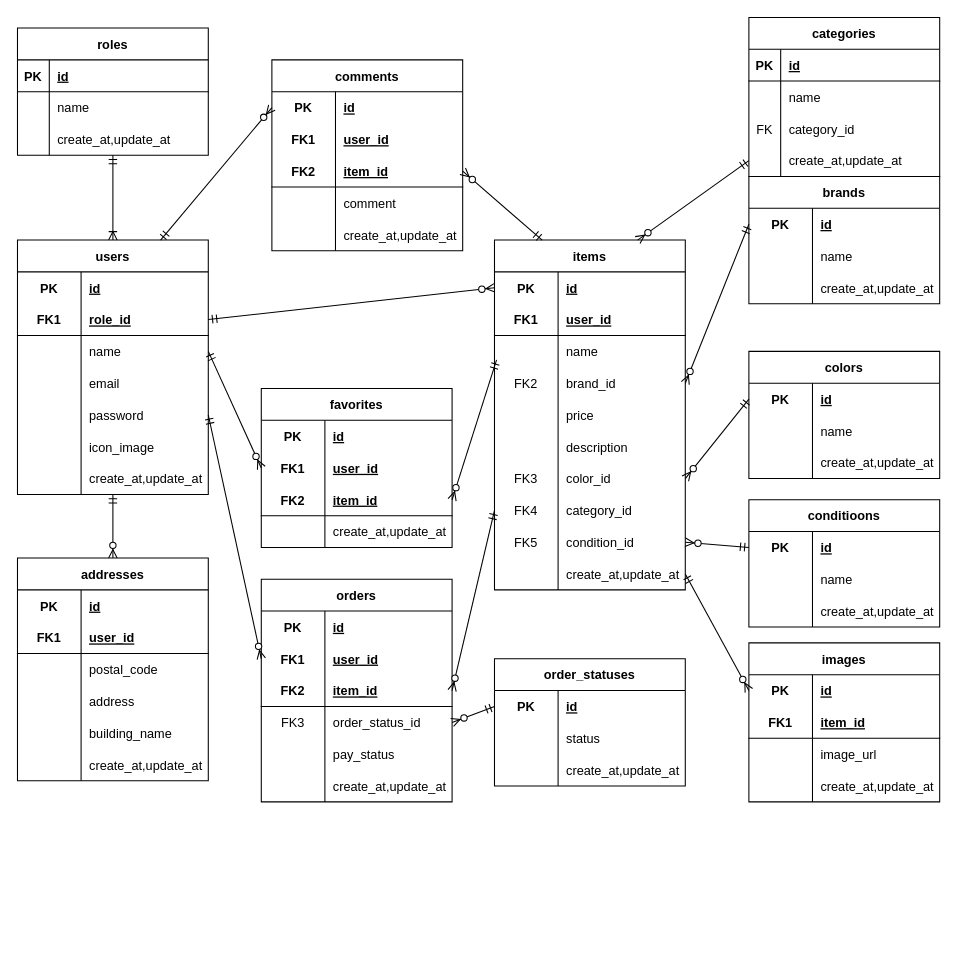
Above: er.drawio in fujico23/coachtech-flea-market-app (draw.io), before the change. Source tidied: cells renumbered, new cells numbered last; positions are measured from the earlier drawing's top-left corner, leaving out a move shared by most shapes. Both pictures are drawn from the tidied source at 106%, with x=0, y=0 at pixel (17, 17).
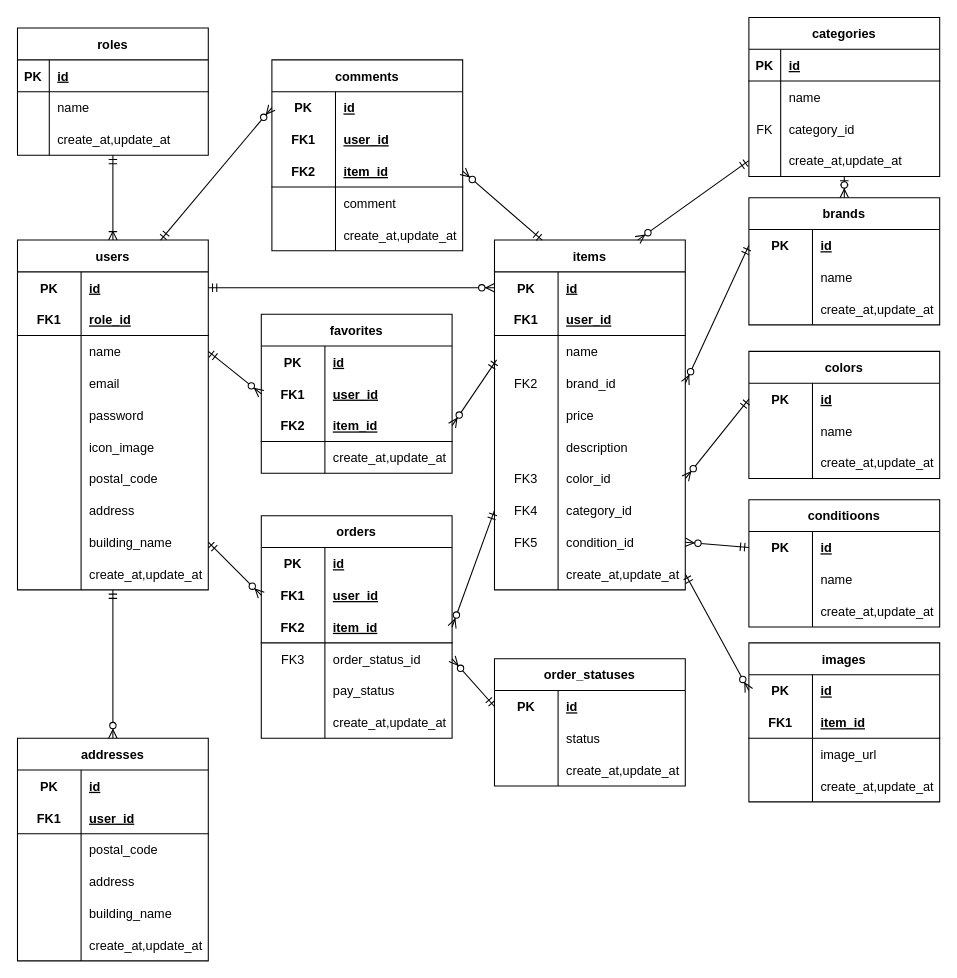
Above is the later version.

Unchanged cells that the change refers to:
```xml
<mxCell id="3" style="shape=tableRow;horizontal=0;startSize=0;swimlaneHead=0;swimlaneBody=0;fillColor=none;points=[[0,0.5],[1,0.5]];portConstraint=eastwest;top=0;left=0;right=0;bottom=0;" parent="2" vertex="1">
  <mxGeometry y="30" width="180" height="30" as="geometry" />
</mxCell>
<mxCell id="6" style="shape=tableRow;horizontal=0;startSize=0;swimlaneHead=0;swimlaneBody=0;fillColor=none;points=[[0,0.5],[1,0.5]];portConstraint=eastwest;top=0;left=0;right=0;bottom=1;" parent="2" vertex="1">
  <mxGeometry y="60" width="180" height="30" as="geometry" />
</mxCell>
<mxCell id="15" style="shape=tableRow;horizontal=0;startSize=0;swimlaneHead=0;swimlaneBody=0;fillColor=none;points=[[0,0.5],[1,0.5]];portConstraint=eastwest;top=0;left=0;right=0;bottom=0;" parent="2" vertex="1">
  <mxGeometry y="150" width="180" height="30" as="geometry" />
</mxCell>
<mxCell id="54" style="shape=tableRow;horizontal=0;startSize=0;swimlaneHead=0;swimlaneBody=0;fillColor=none;points=[[0,0.5],[1,0.5]];portConstraint=eastwest;top=0;left=0;right=0;bottom=0;" parent="53" vertex="1">
  <mxGeometry y="30" width="180" height="30" as="geometry" />
</mxCell>
<mxCell id="160" style="shape=tableRow;horizontal=0;startSize=0;swimlaneHead=0;swimlaneBody=0;fillColor=none;points=[[0,0.5],[1,0.5]];portConstraint=eastwest;top=0;left=0;right=0;bottom=0;" parent="156" vertex="1">
  <mxGeometry y="60" width="180" height="30" as="geometry" />
</mxCell>
```

The edit, as a diff of the source:
```diff
@@
     <mxCell id="2" value="users" style="shape=table;startSize=30;childLayout=tableLayout;rowLines=0;fontStyle=1;align=center;" parent="1" vertex="1">
-      <mxGeometry y="210" width="180" height="240" as="geometry" />
+      <mxGeometry y="210" width="180" height="330" as="geometry" />
     </mxCell>
@@
+    <mxCell id="214" style="shape=tableRow;horizontal=0;startSize=0;swimlaneHead=0;swimlaneBody=0;fillColor=none;top=0;left=0;right=0;bottom=0;" parent="2" vertex="1">
+      <mxGeometry y="210" width="180" height="30" as="geometry" />
+    </mxCell>
+    <mxCell id="215" style="shape=partialRectangle;fillColor=none;top=0;left=0;bottom=0;right=0;overflow=hidden;" parent="214" vertex="1">
+      <mxGeometry width="60" height="30" as="geometry" />
+    </mxCell>
+    <mxCell id="216" value="postal_code" style="shape=partialRectangle;fillColor=none;top=0;left=0;bottom=0;right=0;align=left;spacingLeft=6;overflow=hidden;" parent="214" vertex="1">
+      <mxGeometry x="60" width="120" height="30" as="geometry" />
+    </mxCell>
+    <mxCell id="217" style="shape=tableRow;horizontal=0;startSize=0;swimlaneHead=0;swimlaneBody=0;fillColor=none;top=0;left=0;right=0;bottom=0;" parent="2" vertex="1">
+      <mxGeometry y="240" width="180" height="30" as="geometry" />
+    </mxCell>
+    <mxCell id="218" style="shape=partialRectangle;fillColor=none;top=0;left=0;bottom=0;right=0;overflow=hidden;" parent="217" vertex="1">
+      <mxGeometry width="60" height="30" as="geometry" />
+    </mxCell>
+    <mxCell id="219" value="address" style="shape=partialRectangle;fillColor=none;top=0;left=0;bottom=0;right=0;align=left;spacingLeft=6;overflow=hidden;" parent="217" vertex="1">
+      <mxGeometry x="60" width="120" height="30" as="geometry" />
+    </mxCell>
+    <mxCell id="220" style="shape=tableRow;horizontal=0;startSize=0;swimlaneHead=0;swimlaneBody=0;fillColor=none;points=[[0,0.5],[1,0.5]];portConstraint=eastwest;top=0;left=0;right=0;bottom=0;" parent="2" vertex="1">
+      <mxGeometry y="270" width="180" height="30" as="geometry" />
+    </mxCell>
+    <mxCell id="221" style="shape=partialRectangle;fillColor=none;top=0;left=0;bottom=0;right=0;overflow=hidden;" parent="220" vertex="1">
+      <mxGeometry width="60" height="30" as="geometry" />
+    </mxCell>
+    <mxCell id="222" value="building_name" style="shape=partialRectangle;fillColor=none;top=0;left=0;bottom=0;right=0;align=left;spacingLeft=6;overflow=hidden;" parent="220" vertex="1">
+      <mxGeometry x="60" width="120" height="30" as="geometry" />
+    </mxCell>
     <mxCell id="21" style="shape=tableRow;horizontal=0;startSize=0;swimlaneHead=0;swimlaneBody=0;fillColor=none;top=0;left=0;right=0;bottom=0;" parent="2" vertex="1">
-      <mxGeometry y="210" width="180" height="30" as="geometry" />
+      <mxGeometry y="300" width="180" height="30" as="geometry" />
     </mxCell>
@@
     <mxCell id="34" value="addresses" style="shape=table;startSize=30;childLayout=tableLayout;rowLines=0;fontStyle=1;align=center;" parent="1" vertex="1">
-      <mxGeometry y="510" width="180" height="210" as="geometry" />
+      <mxGeometry y="680" width="180" height="210" as="geometry" />
     </mxCell>
@@
     <mxCell id="84" value="brands" style="shape=table;startSize=30;childLayout=tableLayout;rowLines=0;fontStyle=1;align=center;" parent="1" vertex="1">
-      <mxGeometry x="690" y="150" width="180" height="120" as="geometry" />
+      <mxGeometry x="690" y="170" width="180" height="120" as="geometry" />
     </mxCell>
@@
     <mxCell id="143" value="favorites" style="shape=table;startSize=30;childLayout=tableLayout;rowLines=0;fontStyle=1;align=center;" parent="1" vertex="1">
-      <mxGeometry x="230" y="350" width="180" height="150" as="geometry" />
+      <mxGeometry x="230" y="280" width="180" height="150" as="geometry" />
     </mxCell>
@@
     <mxCell id="156" value="orders" style="shape=table;startSize=30;childLayout=tableLayout;rowLines=0;fontStyle=1;align=center;" parent="1" vertex="1">
-      <mxGeometry x="230" y="530" width="180" height="210" as="geometry" />
+      <mxGeometry x="230" y="470" width="180" height="210" as="geometry" />
     </mxCell>
@@
     <mxCell id="186" style="fontSize=12;html=1;endArrow=ERzeroToMany;startArrow=ERmandOne;rounded=1;sketch=0;strokeColor=default;entryX=0.5;entryY=0;entryDx=0;entryDy=0;" parent="1" edge="1" target="34">
       <mxGeometry relative="1" as="geometry">
-        <mxPoint x="90" y="450" as="sourcePoint" />
+        <mxPoint x="90" y="540" as="sourcePoint" />
       </mxGeometry>
     </mxCell>
@@
-    <mxCell id="207" style="fontSize=12;html=1;endArrow=ERzeroToMany;startArrow=ERmandOne;rounded=1;sketch=0;strokeColor=default;entryX=0;entryY=0.5;entryDx=0;entryDy=0;exitX=1;exitY=0.5;exitDx=0;exitDy=0;" parent="1" edge="1" source="6" target="54">
+    <mxCell id="207" style="fontSize=12;html=1;endArrow=ERzeroToMany;startArrow=ERmandOne;rounded=1;sketch=0;strokeColor=default;entryX=0;entryY=0.5;entryDx=0;entryDy=0;exitX=1;exitY=0.5;exitDx=0;exitDy=0;" parent="1" edge="1" source="3" target="54">
       <mxGeometry relative="1" as="geometry" />
     </mxCell>
@@
-    <mxCell id="209" style="fontSize=12;html=1;endArrow=ERzeroToMany;startArrow=ERmandOne;rounded=1;sketch=0;strokeColor=default;entryX=0;entryY=0.5;entryDx=0;entryDy=0;exitX=1;exitY=0.5;exitDx=0;exitDy=0;" parent="1" edge="1" source="15" target="160">
+    <mxCell id="209" style="fontSize=12;html=1;endArrow=ERzeroToMany;startArrow=ERmandOne;rounded=1;sketch=0;strokeColor=default;entryX=0;entryY=0.5;entryDx=0;entryDy=0;exitX=1;exitY=0.5;exitDx=0;exitDy=0;" parent="1" edge="1" source="220" target="160">
       <mxGeometry relative="1" as="geometry" />
     </mxCell>
```
